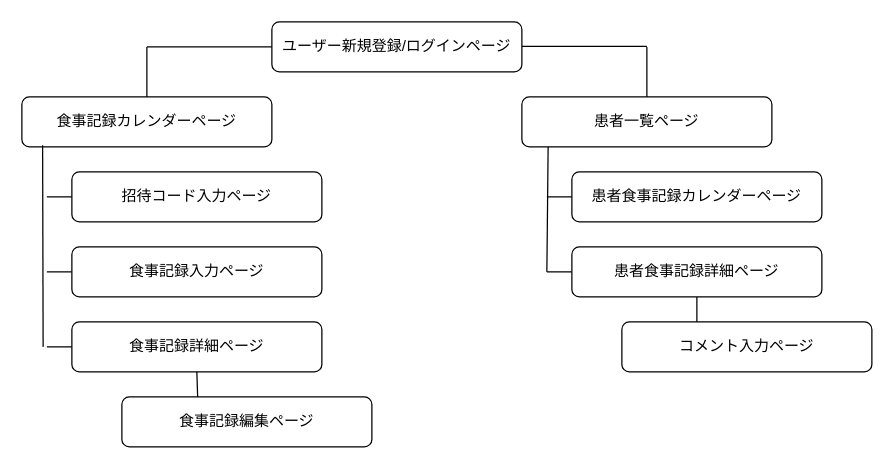
Earlier version of the draw.io diagram page "ページ2" (2 of 2) of meal_support_app.dio (takaerika/meal_support_app). Source tidied: cells renumbered, new cells numbered last; positions are measured from the earlier drawing's top-left corner, leaving out a move shared by most shapes. Both pictures are drawn from the tidied source at 125%, with x=0, y=0 at pixel (21, 21).
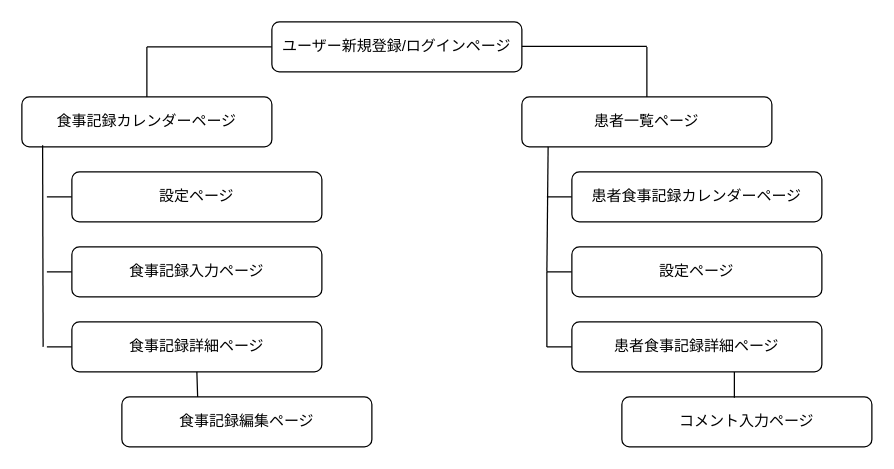
The same diagram, later.

The edit, as a diff of the source:
```diff
@@
-    <mxCell id="9" value="招待コード入力ページ" style="rounded=1;whiteSpace=wrap;html=1;" parent="1" vertex="1">
+    <mxCell id="9" value="設定ページ" style="rounded=1;whiteSpace=wrap;html=1;" parent="1" vertex="1">
       <mxGeometry x="40" y="120" width="200" height="40" as="geometry" />
     </mxCell>
@@
-    <mxCell id="19" style="edgeStyle=none;html=1;exitX=0;exitY=0.5;exitDx=0;exitDy=0;endArrow=none;endFill=0;" parent="1" edge="1" source="20">
+    <mxCell id="19" style="edgeStyle=none;html=1;endArrow=none;endFill=0;" parent="1" edge="1">
       <mxGeometry relative="1" as="geometry">
+        <mxPoint x="420" y="260" as="sourcePoint" />
         <mxPoint x="420" y="200" as="targetPoint" />
       </mxGeometry>
     </mxCell>
+    <mxCell id="25" style="edgeStyle=none;html=1;exitX=0;exitY=0.5;exitDx=0;exitDy=0;startArrow=none;startFill=0;endArrow=none;endFill=0;" parent="1" edge="1" source="20">
+      <mxGeometry relative="1" as="geometry">
+        <mxPoint x="420" y="260" as="targetPoint" />
+      </mxGeometry>
+    </mxCell>
     <mxCell id="20" value="患者食事記録詳細ページ" style="rounded=1;whiteSpace=wrap;html=1;" parent="1" vertex="1">
-      <mxGeometry x="440" y="180" width="200" height="40" as="geometry" />
+      <mxGeometry x="440" y="240" width="200" height="40" as="geometry" />
     </mxCell>
     <mxCell id="21" value="コメント入力ページ" style="rounded=1;whiteSpace=wrap;html=1;" parent="1" vertex="1">
-      <mxGeometry x="480" y="240" width="200" height="40" as="geometry" />
+      <mxGeometry x="480" y="300" width="200" height="40" as="geometry" />
     </mxCell>
@@
-    <mxCell id="23" style="edgeStyle=none;html=1;exitX=0.5;exitY=1;exitDx=0;exitDy=0;endArrow=none;endFill=0;" parent="1" edge="1" source="20">
-      <mxGeometry relative="1" as="geometry">
-        <mxPoint x="540" y="240" as="targetPoint" />
-      </mxGeometry>
+    <mxCell id="23" style="edgeStyle=none;html=1;exitX=0.65;exitY=1;exitDx=0;exitDy=0;endArrow=none;endFill=0;exitPerimeter=0;entryX=0.45;entryY=0.017;entryDx=0;entryDy=0;entryPerimeter=0;" parent="1" edge="1" source="20" target="21">
+      <mxGeometry relative="1" as="geometry" />
     </mxCell>
@@
+    <mxCell id="26" style="edgeStyle=none;html=1;exitX=0;exitY=0.5;exitDx=0;exitDy=0;endArrow=none;endFill=0;" parent="1" edge="1" source="27">
+      <mxGeometry relative="1" as="geometry">
+        <mxPoint x="420" y="200" as="targetPoint" />
+      </mxGeometry>
+    </mxCell>
+    <mxCell id="27" value="設定ページ" style="rounded=1;whiteSpace=wrap;html=1;" parent="1" vertex="1">
+      <mxGeometry x="440" y="180" width="200" height="40" as="geometry" />
+    </mxCell>
```
